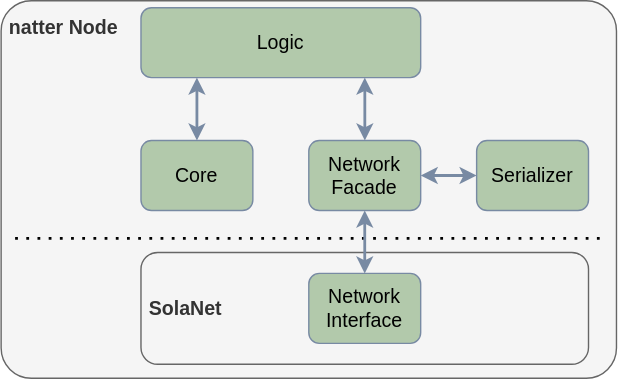
This is natter/docs/img/network_structure.svg from iml130/sola, a draw.io export, as it was before one commit. Source tidied: cells renumbered, new cells last; positions are measured from the earlier drawing's top-left corner, leaving out a move shared by most shapes. Source of this version:
```xml
<mxGraphModel>
  <root>
    <mxCell id="0" />
    <mxCell id="1" parent="0" />
    <mxCell id="2" value="natter Node" style="rounded=1;whiteSpace=wrap;html=1;labelBackgroundColor=none;fontSize=14;fontColor=#333333;strokeColor=#666666;fillColor=#f5f5f5;align=left;fontStyle=1;spacing=6;arcSize=8;labelPosition=center;verticalLabelPosition=middle;verticalAlign=top;" parent="1" vertex="1">
      <mxGeometry width="440" height="270" as="geometry" />
    </mxCell>
    <mxCell id="3" value="SolaNet" style="rounded=1;whiteSpace=wrap;html=1;labelBackgroundColor=none;fontSize=14;fontColor=#333333;strokeColor=#666666;fillColor=#f5f5f5;align=left;fontStyle=1;spacing=6;" parent="1" vertex="1">
      <mxGeometry x="100" y="180" width="320" height="80" as="geometry" />
    </mxCell>
    <mxCell id="4" style="edgeStyle=elbowEdgeStyle;rounded=1;jettySize=auto;html=1;labelBackgroundColor=default;fontSize=14;fontColor=none;startArrow=classic;startFill=1;endArrow=classic;endFill=1;strokeColor=#788AA3;strokeWidth=2;fillColor=#B2C9AB;" parent="1" edge="1" source="5" target="7">
      <mxGeometry relative="1" as="geometry" />
    </mxCell>
    <mxCell id="5" value="Logic" style="rounded=1;whiteSpace=wrap;html=1;labelBackgroundColor=none;fontSize=14;fontColor=none;strokeColor=#788AA3;fillColor=#B2C9AB;" parent="1" vertex="1">
      <mxGeometry x="100" y="5" width="200" height="50" as="geometry" />
    </mxCell>
    <mxCell id="6" style="edgeStyle=none;rounded=1;jettySize=auto;html=1;labelBackgroundColor=default;fontSize=14;fontColor=none;startArrow=classic;startFill=1;endArrow=classic;endFill=1;strokeColor=#788AA3;strokeWidth=2;fillColor=#B2C9AB;" parent="1" edge="1" source="7" target="8">
      <mxGeometry relative="1" as="geometry" />
    </mxCell>
    <mxCell id="7" value="Network Facade" style="rounded=1;whiteSpace=wrap;html=1;labelBackgroundColor=none;fontSize=14;fontColor=none;strokeColor=#788AA3;fillColor=#B2C9AB;" parent="1" vertex="1">
      <mxGeometry x="220" y="100" width="80" height="50" as="geometry" />
    </mxCell>
    <mxCell id="8" value="Serializer" style="rounded=1;whiteSpace=wrap;html=1;labelBackgroundColor=none;fontSize=14;fontColor=none;strokeColor=#788AA3;fillColor=#B2C9AB;" parent="1" vertex="1">
      <mxGeometry x="340" y="100" width="80" height="50" as="geometry" />
    </mxCell>
    <mxCell id="9" style="endArrow=none;dashed=1;html=1;dashPattern=1 3;strokeWidth=2;rounded=1;labelBackgroundColor=default;fontSize=14;fontColor=none;fillColor=#B2C9AB;" parent="1" edge="1">
      <mxGeometry relative="1" as="geometry">
        <mxPoint x="10" y="170" as="sourcePoint" />
        <mxPoint x="430" y="170" as="targetPoint" />
      </mxGeometry>
    </mxCell>
    <mxCell id="10" value="Network Interface" style="rounded=1;whiteSpace=wrap;html=1;labelBackgroundColor=none;fontSize=14;fontColor=none;strokeColor=#788AA3;fillColor=#B2C9AB;" parent="1" vertex="1">
      <mxGeometry x="220" y="195" width="80" height="50" as="geometry" />
    </mxCell>
    <mxCell id="11" value="Core" style="rounded=1;whiteSpace=wrap;html=1;labelBackgroundColor=none;fontSize=14;fontColor=none;strokeColor=#788AA3;fillColor=#B2C9AB;" parent="1" vertex="1">
      <mxGeometry x="100" y="100" width="80" height="50" as="geometry" />
    </mxCell>
    <mxCell id="12" style="edgeStyle=elbowEdgeStyle;rounded=1;jettySize=auto;html=1;labelBackgroundColor=default;fontSize=14;fontColor=none;startArrow=classic;startFill=1;endArrow=classic;endFill=1;strokeColor=#788AA3;strokeWidth=2;fillColor=#B2C9AB;" parent="1" edge="1" source="7" target="10">
      <mxGeometry relative="1" as="geometry">
        <Array as="points">
          <mxPoint x="260" y="170" />
        </Array>
      </mxGeometry>
    </mxCell>
    <mxCell id="13" style="edgeStyle=elbowEdgeStyle;rounded=1;jettySize=auto;html=1;labelBackgroundColor=default;fontSize=14;fontColor=none;startArrow=classic;startFill=1;endArrow=classic;endFill=1;strokeColor=#788AA3;strokeWidth=2;fillColor=#B2C9AB;" parent="1" edge="1" source="5" target="11">
      <mxGeometry relative="1" as="geometry">
        <Array as="points">
          <mxPoint x="140" y="80" />
          <mxPoint x="160" y="50" />
        </Array>
      </mxGeometry>
    </mxCell>
  </root>
</mxGraphModel>
```
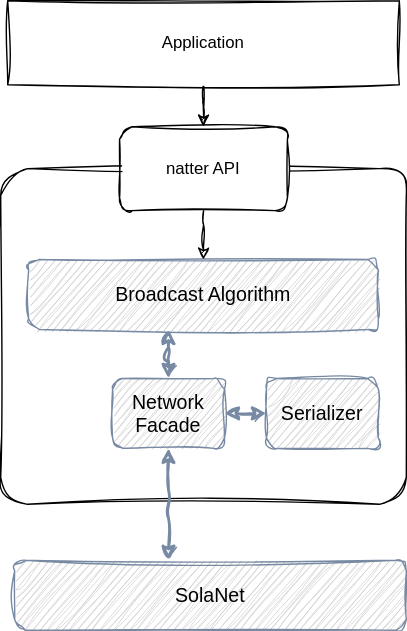
Later version of the same file.

Commit message:
[skip ci] docs(natter): Update documentation

Change to the diagram source:
```diff
@@ -2,53 +2,46 @@
   <root>
     <mxCell id="0" />
     <mxCell id="1" parent="0" />
-    <mxCell id="2" value="natter Node" style="rounded=1;whiteSpace=wrap;html=1;labelBackgroundColor=none;fontSize=14;fontColor=#333333;strokeColor=#666666;fillColor=#f5f5f5;align=left;fontStyle=1;spacing=6;arcSize=8;labelPosition=center;verticalLabelPosition=middle;verticalAlign=top;" parent="1" vertex="1">
-      <mxGeometry width="440" height="270" as="geometry" />
+    <mxCell id="2" style="rounded=1;whiteSpace=wrap;html=1;labelBackgroundColor=none;fontSize=14;fontColor=#333333;strokeColor=default;fillColor=none;align=center;fontStyle=1;spacing=6;arcSize=8;labelPosition=center;verticalLabelPosition=middle;verticalAlign=top;sketch=1;curveFitting=1;jiggle=2;" parent="1" vertex="1">
+      <mxGeometry x="540" y="1400" width="290" height="240" as="geometry" />
     </mxCell>
-    <mxCell id="3" value="SolaNet" style="rounded=1;whiteSpace=wrap;html=1;labelBackgroundColor=none;fontSize=14;fontColor=#333333;strokeColor=#666666;fillColor=#f5f5f5;align=left;fontStyle=1;spacing=6;" parent="1" vertex="1">
-      <mxGeometry x="100" y="180" width="320" height="80" as="geometry" />
+    <mxCell id="3" style="edgeStyle=elbowEdgeStyle;rounded=1;jettySize=auto;html=1;labelBackgroundColor=default;fontSize=14;fontColor=none;startArrow=classic;startFill=1;endArrow=classic;endFill=1;strokeColor=#788AA3;strokeWidth=2;fillColor=#B2C9AB;sketch=1;curveFitting=1;jiggle=2;" parent="1" edge="1" source="4" target="6">
+      <mxGeometry relative="1" as="geometry" />
     </mxCell>
-    <mxCell id="4" style="edgeStyle=elbowEdgeStyle;rounded=1;jettySize=auto;html=1;labelBackgroundColor=default;fontSize=14;fontColor=none;startArrow=classic;startFill=1;endArrow=classic;endFill=1;strokeColor=#788AA3;strokeWidth=2;fillColor=#B2C9AB;" parent="1" edge="1" source="5" target="7">
-      <mxGeometry relative="1" as="geometry" />
+    <mxCell id="4" value="Broadcast Algorithm" style="rounded=1;whiteSpace=wrap;html=1;labelBackgroundColor=none;fontSize=14;fontColor=none;strokeColor=#788AA3;fillColor=#CCCCCC;sketch=1;curveFitting=1;jiggle=2;" parent="1" vertex="1">
+      <mxGeometry x="560" y="1465" width="250" height="50" as="geometry" />
     </mxCell>
-    <mxCell id="5" value="Logic" style="rounded=1;whiteSpace=wrap;html=1;labelBackgroundColor=none;fontSize=14;fontColor=none;strokeColor=#788AA3;fillColor=#B2C9AB;" parent="1" vertex="1">
-      <mxGeometry x="100" y="5" width="200" height="50" as="geometry" />
+    <mxCell id="5" style="edgeStyle=none;rounded=1;jettySize=auto;html=1;labelBackgroundColor=default;fontSize=14;fontColor=none;startArrow=classic;startFill=1;endArrow=classic;endFill=1;strokeColor=#788AA3;strokeWidth=2;fillColor=#B2C9AB;sketch=1;curveFitting=1;jiggle=2;" parent="1" edge="1" source="6" target="7">
+      <mxGeometry relative="1" as="geometry" />
     </mxCell>
-    <mxCell id="6" style="edgeStyle=none;rounded=1;jettySize=auto;html=1;labelBackgroundColor=default;fontSize=14;fontColor=none;startArrow=classic;startFill=1;endArrow=classic;endFill=1;strokeColor=#788AA3;strokeWidth=2;fillColor=#B2C9AB;" parent="1" edge="1" source="7" target="8">
-      <mxGeometry relative="1" as="geometry" />
+    <mxCell id="6" value="Network Facade" style="rounded=1;whiteSpace=wrap;html=1;labelBackgroundColor=none;fontSize=14;fontColor=none;strokeColor=#788AA3;fillColor=#CCCCCC;sketch=1;curveFitting=1;jiggle=2;" parent="1" vertex="1">
+      <mxGeometry x="620" y="1550" width="80" height="50" as="geometry" />
     </mxCell>
-    <mxCell id="7" value="Network Facade" style="rounded=1;whiteSpace=wrap;html=1;labelBackgroundColor=none;fontSize=14;fontColor=none;strokeColor=#788AA3;fillColor=#B2C9AB;" parent="1" vertex="1">
-      <mxGeometry x="220" y="100" width="80" height="50" as="geometry" />
+    <mxCell id="7" value="Serializer" style="rounded=1;whiteSpace=wrap;html=1;labelBackgroundColor=none;fontSize=14;fontColor=none;strokeColor=#788AA3;fillColor=#CCCCCC;sketch=1;curveFitting=1;jiggle=2;" parent="1" vertex="1">
+      <mxGeometry x="730" y="1550" width="80" height="50" as="geometry" />
     </mxCell>
-    <mxCell id="8" value="Serializer" style="rounded=1;whiteSpace=wrap;html=1;labelBackgroundColor=none;fontSize=14;fontColor=none;strokeColor=#788AA3;fillColor=#B2C9AB;" parent="1" vertex="1">
-      <mxGeometry x="340" y="100" width="80" height="50" as="geometry" />
+    <mxCell id="8" value="SolaNet" style="rounded=1;whiteSpace=wrap;html=1;labelBackgroundColor=none;fontSize=14;fontColor=none;strokeColor=#788AA3;fillColor=#CCCCCC;sketch=1;curveFitting=1;jiggle=2;" parent="1" vertex="1">
+      <mxGeometry x="550" y="1680" width="280" height="50" as="geometry" />
     </mxCell>
-    <mxCell id="9" style="endArrow=none;dashed=1;html=1;dashPattern=1 3;strokeWidth=2;rounded=1;labelBackgroundColor=default;fontSize=14;fontColor=none;fillColor=#B2C9AB;" parent="1" edge="1">
-      <mxGeometry relative="1" as="geometry">
-        <mxPoint x="10" y="170" as="sourcePoint" />
-        <mxPoint x="430" y="170" as="targetPoint" />
-      </mxGeometry>
+    <mxCell id="9" style="edgeStyle=elbowEdgeStyle;rounded=1;jettySize=auto;html=1;labelBackgroundColor=default;fontSize=14;fontColor=none;startArrow=classic;startFill=1;endArrow=classic;endFill=1;strokeColor=#788AA3;strokeWidth=2;fillColor=#B2C9AB;sketch=1;curveFitting=1;jiggle=2;" parent="1" edge="1" source="6" target="8">
+      <mxGeometry relative="1" as="geometry" />
     </mxCell>
-    <mxCell id="10" value="Network Interface" style="rounded=1;whiteSpace=wrap;html=1;labelBackgroundColor=none;fontSize=14;fontColor=none;strokeColor=#788AA3;fillColor=#B2C9AB;" parent="1" vertex="1">
-      <mxGeometry x="220" y="195" width="80" height="50" as="geometry" />
+    <mxCell id="10" style="edgeStyle=orthogonalEdgeStyle;rounded=0;jettySize=auto;html=1;sketch=1;curveFitting=1;jiggle=2;" parent="1" edge="1" source="11" target="4">
+      <mxGeometry relative="1" as="geometry">
+        <Array as="points">
+          <mxPoint x="685" y="1440" />
+          <mxPoint x="685" y="1440" />
+        </Array>
+      </mxGeometry>
     </mxCell>
-    <mxCell id="11" value="Core" style="rounded=1;whiteSpace=wrap;html=1;labelBackgroundColor=none;fontSize=14;fontColor=none;strokeColor=#788AA3;fillColor=#B2C9AB;" parent="1" vertex="1">
-      <mxGeometry x="100" y="100" width="80" height="50" as="geometry" />
+    <mxCell id="11" value="natter API" style="rounded=1;whiteSpace=wrap;html=1;sketch=1;curveFitting=1;jiggle=2;" parent="1" vertex="1">
+      <mxGeometry x="625" y="1370" width="120" height="60" as="geometry" />
     </mxCell>
-    <mxCell id="12" style="edgeStyle=elbowEdgeStyle;rounded=1;jettySize=auto;html=1;labelBackgroundColor=default;fontSize=14;fontColor=none;startArrow=classic;startFill=1;endArrow=classic;endFill=1;strokeColor=#788AA3;strokeWidth=2;fillColor=#B2C9AB;" parent="1" edge="1" source="7" target="10">
-      <mxGeometry relative="1" as="geometry">
-        <Array as="points">
-          <mxPoint x="260" y="170" />
-        </Array>
-      </mxGeometry>
+    <mxCell id="12" style="edgeStyle=orthogonalEdgeStyle;rounded=0;jettySize=auto;html=1;sketch=1;curveFitting=1;jiggle=2;" parent="1" edge="1" source="13" target="11">
+      <mxGeometry relative="1" as="geometry" />
     </mxCell>
-    <mxCell id="13" style="edgeStyle=elbowEdgeStyle;rounded=1;jettySize=auto;html=1;labelBackgroundColor=default;fontSize=14;fontColor=none;startArrow=classic;startFill=1;endArrow=classic;endFill=1;strokeColor=#788AA3;strokeWidth=2;fillColor=#B2C9AB;" parent="1" edge="1" source="5" target="11">
-      <mxGeometry relative="1" as="geometry">
-        <Array as="points">
-          <mxPoint x="140" y="80" />
-          <mxPoint x="160" y="50" />
-        </Array>
-      </mxGeometry>
+    <mxCell id="13" value="Application" style="rounded=0;whiteSpace=wrap;html=1;shadow=0;sketch=1;curveFitting=1;jiggle=2;" parent="1" vertex="1">
+      <mxGeometry x="545" y="1280" width="280" height="60" as="geometry" />
     </mxCell>
   </root>
 </mxGraphModel>
```
